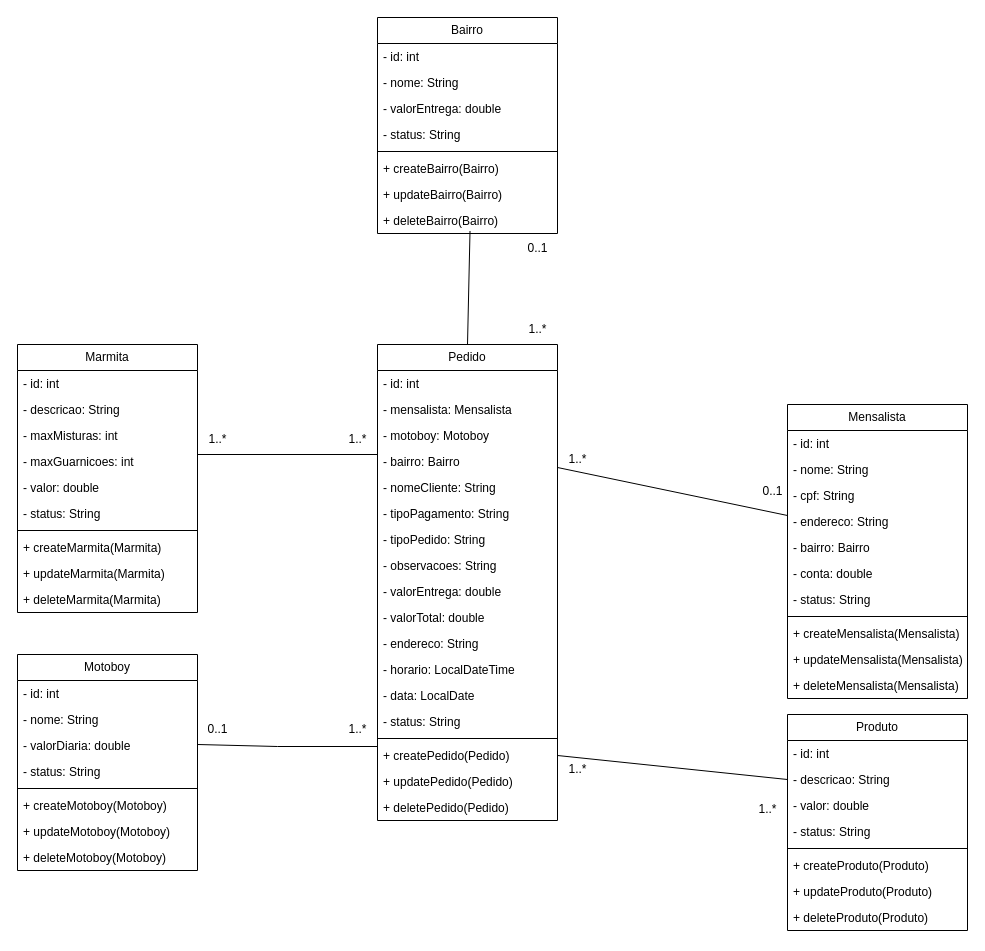
KaueGatti/Projeto-Rotisserie keeps this draw.io diagram as ProjetoRotisserieJavaFX/src/main/resources/Documentação Sistema Rotisserie/UML/Diagrama de Classe.drawio. Above is the earlier version. Source tidied: cells renumbered, new cells numbered last; positions are measured from the earlier drawing's top-left corner, leaving out a move shared by most shapes. Both pictures are drawn from the tidied source at 100%, with x=0, y=0 at pixel (17, 17).
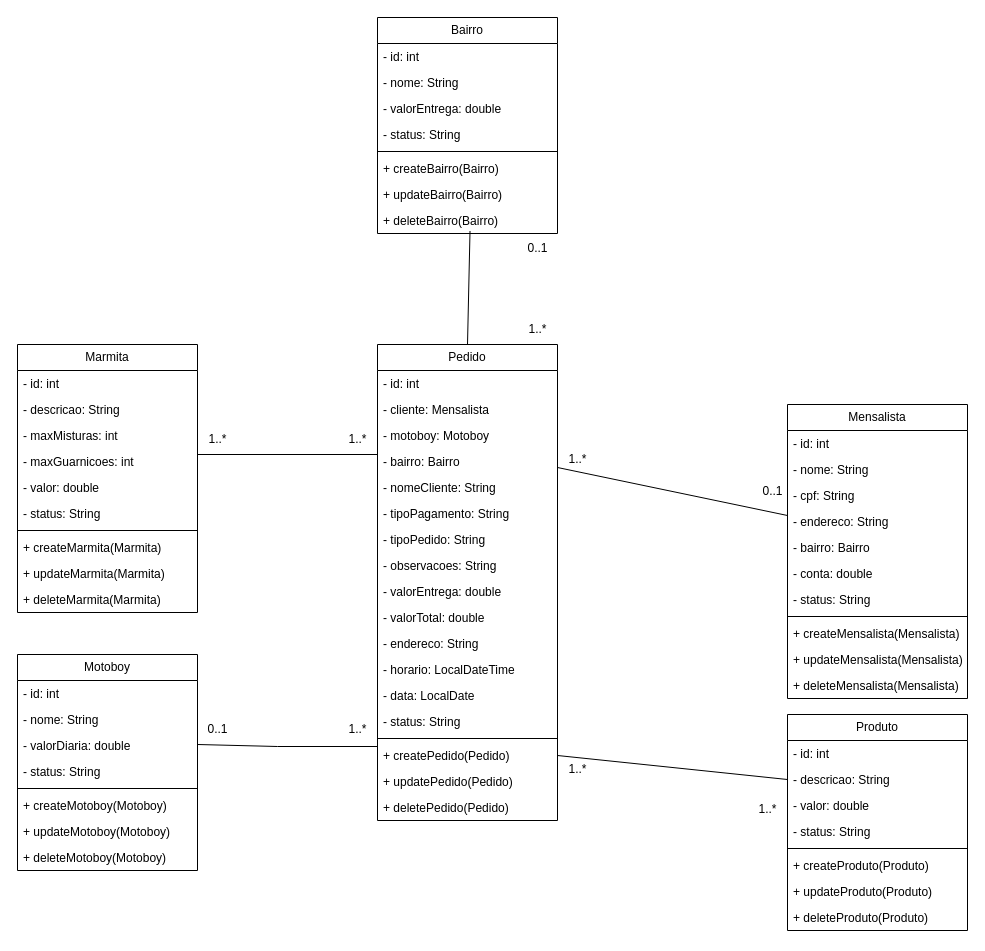
The same page after the edit.

Unchanged cells that the change refers to:
```xml
<mxCell id="52" value="Pedido" style="swimlane;fontStyle=0;horizontal=1;startSize=26;fillColor=none;whiteSpace=wrap;html=1;" parent="1" vertex="1">
  <mxGeometry x="360" y="327" width="180" height="476" as="geometry" />
</mxCell>
```

The edit, as a diff of the source:
```diff
@@
-    <mxCell id="54" value="- mensalista: Mensalista" style="text;strokeColor=none;fillColor=none;align=left;verticalAlign=top;spacingLeft=4;spacingRight=4;overflow=hidden;whiteSpace=wrap;html=1;" parent="52" vertex="1">
+    <mxCell id="54" value="- cliente: Mensalista" style="text;strokeColor=none;fillColor=none;align=left;verticalAlign=top;spacingLeft=4;spacingRight=4;overflow=hidden;whiteSpace=wrap;html=1;" parent="52" vertex="1">
       <mxGeometry y="52" width="180" height="26" as="geometry" />
     </mxCell>
```
